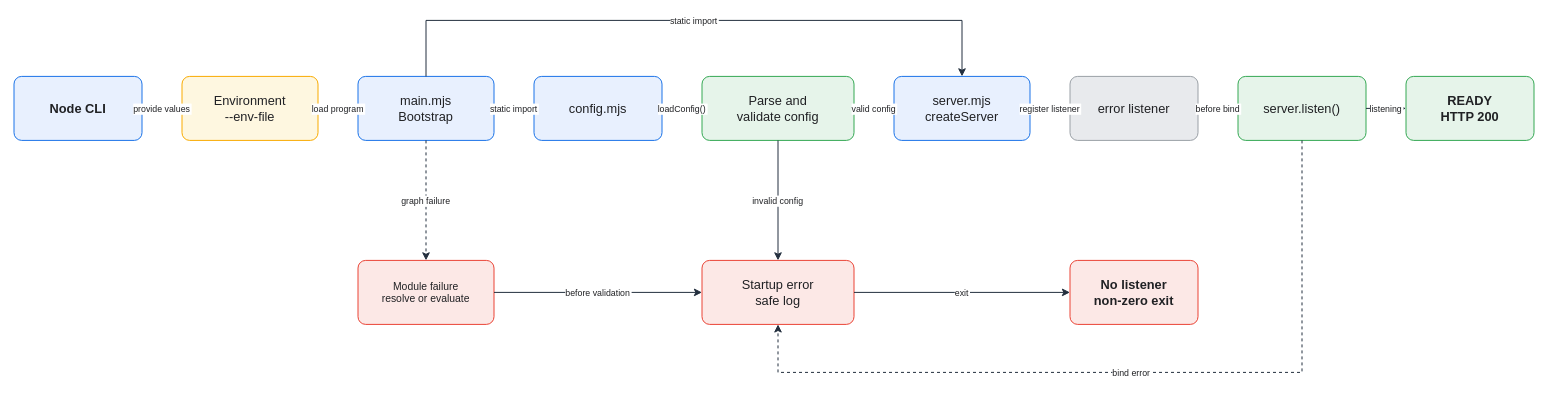
Above: assets/img/nodejs/node-esm-startup-config-flow.drawio in KKamJi98/kkamji98.github.io (draw.io), before the change. Source tidied: cells renumbered, new cells numbered last; positions are measured from the earlier drawing's top-left corner, leaving out a move shared by most shapes. Both pictures are drawn from the tidied source at 80%, with x=0, y=0 at pixel (14, 20).
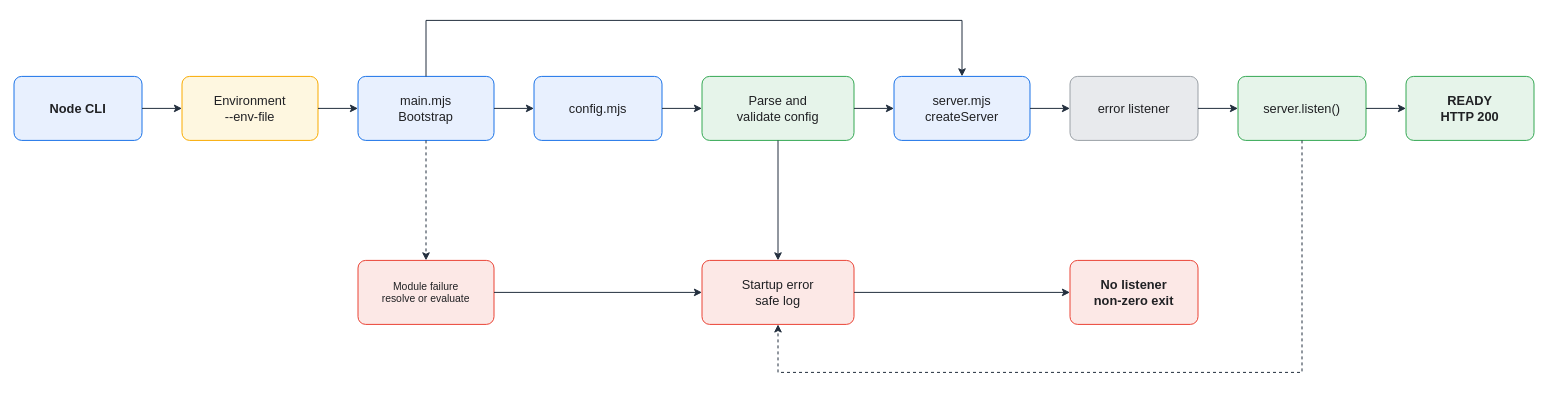
After the change.

The change refers to these unchanged cells:
```xml
<mxCell id="2" value="Node CLI" style="rounded=1;arcSize=12;whiteSpace=wrap;html=0;fillColor=#E8F0FE;strokeColor=#1A73E8;strokeWidth=1.25;fontColor=#202124;fontSize=16;fontStyle=1;align=center;verticalAlign=middle;" parent="1" vertex="1">
  <mxGeometry y="70" width="160" height="80" as="geometry" />
</mxCell>
<mxCell id="3" value="Environment&#10;--env-file" style="rounded=1;arcSize=12;whiteSpace=wrap;html=0;fillColor=#FEF7E0;strokeColor=#F9AB00;strokeWidth=1.25;fontColor=#202124;fontSize=16;align=center;verticalAlign=middle;" parent="1" vertex="1">
  <mxGeometry x="210" y="70" width="170" height="80" as="geometry" />
</mxCell>
<mxCell id="4" value="main.mjs&#10;Bootstrap" style="rounded=1;arcSize=12;whiteSpace=wrap;html=0;fillColor=#E8F0FE;strokeColor=#1A73E8;strokeWidth=1.25;fontColor=#202124;fontSize=16;align=center;verticalAlign=middle;" parent="1" vertex="1">
  <mxGeometry x="430" y="70" width="170" height="80" as="geometry" />
</mxCell>
<mxCell id="5" value="config.mjs" style="rounded=1;arcSize=12;whiteSpace=wrap;html=0;fillColor=#E8F0FE;strokeColor=#1A73E8;strokeWidth=1.25;fontColor=#202124;fontSize=16;align=center;verticalAlign=middle;" parent="1" vertex="1">
  <mxGeometry x="650" y="70" width="160" height="80" as="geometry" />
</mxCell>
<mxCell id="6" value="Parse and&#10;validate config" style="rounded=1;arcSize=12;whiteSpace=wrap;html=0;fillColor=#E6F4EA;strokeColor=#34A853;strokeWidth=1.25;fontColor=#202124;fontSize=16;align=center;verticalAlign=middle;" parent="1" vertex="1">
  <mxGeometry x="860" y="70" width="190" height="80" as="geometry" />
</mxCell>
<mxCell id="7" value="server.mjs&#10;createServer" style="rounded=1;arcSize=12;whiteSpace=wrap;html=0;fillColor=#E8F0FE;strokeColor=#1A73E8;strokeWidth=1.25;fontColor=#202124;fontSize=16;align=center;verticalAlign=middle;" parent="1" vertex="1">
  <mxGeometry x="1100" y="70" width="170" height="80" as="geometry" />
</mxCell>
<mxCell id="8" value="error listener" style="rounded=1;arcSize=12;whiteSpace=wrap;html=0;fillColor=#E8EAED;strokeColor=#9AA0A6;strokeWidth=1.25;fontColor=#202124;fontSize=16;align=center;verticalAlign=middle;" parent="1" vertex="1">
  <mxGeometry x="1320" y="70" width="160" height="80" as="geometry" />
</mxCell>
<mxCell id="9" value="server.listen()" style="rounded=1;arcSize=12;whiteSpace=wrap;html=0;fillColor=#E6F4EA;strokeColor=#34A853;strokeWidth=1.25;fontColor=#202124;fontSize=16;align=center;verticalAlign=middle;" parent="1" vertex="1">
  <mxGeometry x="1530" y="70" width="160" height="80" as="geometry" />
</mxCell>
<mxCell id="10" value="READY&#10;HTTP 200" style="rounded=1;arcSize=12;whiteSpace=wrap;html=0;fillColor=#E6F4EA;strokeColor=#34A853;strokeWidth=1.25;fontColor=#202124;fontSize=16;fontStyle=1;align=center;verticalAlign=middle;" parent="1" vertex="1">
  <mxGeometry x="1740" y="70" width="160" height="80" as="geometry" />
</mxCell>
<mxCell id="11" value="Module failure&#10;resolve or evaluate" style="rounded=1;arcSize=12;whiteSpace=wrap;html=0;fillColor=#FCE8E6;strokeColor=#EA4335;strokeWidth=1.25;fontColor=#202124;fontSize=13;align=center;verticalAlign=middle;" parent="1" vertex="1">
  <mxGeometry x="430" y="300" width="170" height="80" as="geometry" />
</mxCell>
<mxCell id="12" value="Startup error&#10;safe log" style="rounded=1;arcSize=12;whiteSpace=wrap;html=0;fillColor=#FCE8E6;strokeColor=#EA4335;strokeWidth=1.25;fontColor=#202124;fontSize=16;align=center;verticalAlign=middle;" parent="1" vertex="1">
  <mxGeometry x="860" y="300" width="190" height="80" as="geometry" />
</mxCell>
<mxCell id="13" value="No listener&#10;non-zero exit" style="rounded=1;arcSize=12;whiteSpace=wrap;html=0;fillColor=#FCE8E6;strokeColor=#EA4335;strokeWidth=1.25;fontColor=#202124;fontSize=16;fontStyle=1;align=center;verticalAlign=middle;" parent="1" vertex="1">
  <mxGeometry x="1320" y="300" width="160" height="80" as="geometry" />
</mxCell>
```

What changed in the source:
```diff
@@
-    <mxCell id="14" value="provide values" style="edgeStyle=orthogonalEdgeStyle;rounded=0;html=0;strokeColor=#232F3E;strokeWidth=1.25;fontColor=#202124;fontSize=11;labelBackgroundColor=#FFFFFF;exitX=1;exitY=0.5;entryX=0;entryY=0.5;endSize=7;" parent="1" edge="1" source="2" target="3">
+    <mxCell id="14" style="edgeStyle=orthogonalEdgeStyle;rounded=0;html=0;strokeColor=#232F3E;strokeWidth=1.25;fontColor=#202124;fontSize=11;labelBackgroundColor=none;exitX=1;exitY=0.5;entryX=0;entryY=0.5;endSize=7;" parent="1" edge="1" source="2" target="3">
       <mxGeometry relative="1" as="geometry" />
     </mxCell>
-    <mxCell id="15" value="load program" style="edgeStyle=orthogonalEdgeStyle;rounded=0;html=0;strokeColor=#232F3E;strokeWidth=1.25;fontColor=#202124;fontSize=11;labelBackgroundColor=#FFFFFF;exitX=1;exitY=0.5;entryX=0;entryY=0.5;endSize=7;" parent="1" edge="1" source="3" target="4">
+    <mxCell id="15" style="edgeStyle=orthogonalEdgeStyle;rounded=0;html=0;strokeColor=#232F3E;strokeWidth=1.25;fontColor=#202124;fontSize=11;labelBackgroundColor=none;exitX=1;exitY=0.5;entryX=0;entryY=0.5;endSize=7;" parent="1" edge="1" source="3" target="4">
       <mxGeometry relative="1" as="geometry" />
     </mxCell>
-    <mxCell id="16" value="static import" style="edgeStyle=orthogonalEdgeStyle;rounded=0;html=0;strokeColor=#232F3E;strokeWidth=1.25;fontColor=#202124;fontSize=11;labelBackgroundColor=#FFFFFF;exitX=1;exitY=0.5;entryX=0;entryY=0.5;endSize=7;" parent="1" edge="1" source="4" target="5">
+    <mxCell id="16" style="edgeStyle=orthogonalEdgeStyle;rounded=0;html=0;strokeColor=#232F3E;strokeWidth=1.25;fontColor=#202124;fontSize=11;labelBackgroundColor=none;exitX=1;exitY=0.5;entryX=0;entryY=0.5;endSize=7;" parent="1" edge="1" source="4" target="5">
       <mxGeometry relative="1" as="geometry" />
     </mxCell>
-    <mxCell id="17" value="loadConfig()" style="edgeStyle=orthogonalEdgeStyle;rounded=0;html=0;strokeColor=#232F3E;strokeWidth=1.25;fontColor=#202124;fontSize=11;labelBackgroundColor=#FFFFFF;exitX=1;exitY=0.5;entryX=0;entryY=0.5;endSize=7;" parent="1" edge="1" source="5" target="6">
+    <mxCell id="17" style="edgeStyle=orthogonalEdgeStyle;rounded=0;html=0;strokeColor=#232F3E;strokeWidth=1.25;fontColor=#202124;fontSize=11;labelBackgroundColor=none;exitX=1;exitY=0.5;entryX=0;entryY=0.5;endSize=7;" parent="1" edge="1" source="5" target="6">
       <mxGeometry relative="1" as="geometry" />
     </mxCell>
-    <mxCell id="18" value="valid config" style="edgeStyle=orthogonalEdgeStyle;rounded=0;html=0;strokeColor=#232F3E;strokeWidth=1.25;fontColor=#202124;fontSize=11;labelBackgroundColor=#FFFFFF;exitX=1;exitY=0.5;entryX=0;entryY=0.5;endSize=7;" parent="1" edge="1" source="6" target="7">
+    <mxCell id="18" style="edgeStyle=orthogonalEdgeStyle;rounded=0;html=0;strokeColor=#232F3E;strokeWidth=1.25;fontColor=#202124;fontSize=11;labelBackgroundColor=none;exitX=1;exitY=0.5;entryX=0;entryY=0.5;endSize=7;" parent="1" edge="1" source="6" target="7">
       <mxGeometry relative="1" as="geometry" />
     </mxCell>
-    <mxCell id="19" value="register listener" style="edgeStyle=orthogonalEdgeStyle;rounded=0;html=0;strokeColor=#232F3E;strokeWidth=1.25;fontColor=#202124;fontSize=11;labelBackgroundColor=#FFFFFF;exitX=1;exitY=0.5;entryX=0;entryY=0.5;endSize=7;" parent="1" edge="1" source="7" target="8">
+    <mxCell id="19" style="edgeStyle=orthogonalEdgeStyle;rounded=0;html=0;strokeColor=#232F3E;strokeWidth=1.25;fontColor=#202124;fontSize=11;labelBackgroundColor=none;exitX=1;exitY=0.5;entryX=0;entryY=0.5;endSize=7;" parent="1" edge="1" source="7" target="8">
       <mxGeometry relative="1" as="geometry" />
     </mxCell>
-    <mxCell id="20" value="before bind" style="edgeStyle=orthogonalEdgeStyle;rounded=0;html=0;strokeColor=#232F3E;strokeWidth=1.25;fontColor=#202124;fontSize=11;labelBackgroundColor=#FFFFFF;exitX=1;exitY=0.5;entryX=0;entryY=0.5;endSize=7;" parent="1" edge="1" source="8" target="9">
+    <mxCell id="20" style="edgeStyle=orthogonalEdgeStyle;rounded=0;html=0;strokeColor=#232F3E;strokeWidth=1.25;fontColor=#202124;fontSize=11;labelBackgroundColor=none;exitX=1;exitY=0.5;entryX=0;entryY=0.5;endSize=7;" parent="1" edge="1" source="8" target="9">
       <mxGeometry relative="1" as="geometry" />
     </mxCell>
-    <mxCell id="21" value="listening" style="edgeStyle=orthogonalEdgeStyle;rounded=0;html=0;strokeColor=#232F3E;strokeWidth=1.25;fontColor=#202124;fontSize=11;labelBackgroundColor=#FFFFFF;exitX=1;exitY=0.5;entryX=0;entryY=0.5;endSize=7;" parent="1" edge="1" source="9" target="10">
+    <mxCell id="21" style="edgeStyle=orthogonalEdgeStyle;rounded=0;html=0;strokeColor=#232F3E;strokeWidth=1.25;fontColor=#202124;fontSize=11;labelBackgroundColor=none;exitX=1;exitY=0.5;entryX=0;entryY=0.5;endSize=7;" parent="1" edge="1" source="9" target="10">
       <mxGeometry relative="1" as="geometry" />
     </mxCell>
-    <mxCell id="22" value="static import" style="edgeStyle=orthogonalEdgeStyle;rounded=0;html=0;strokeColor=#232F3E;strokeWidth=1.25;fontColor=#202124;fontSize=11;labelBackgroundColor=#FFFFFF;exitX=0.5;exitY=0;entryX=0.5;entryY=0;endSize=7;" parent="1" edge="1" source="4" target="7">
+    <mxCell id="22" style="edgeStyle=orthogonalEdgeStyle;rounded=0;html=0;strokeColor=#232F3E;strokeWidth=1.25;fontColor=#202124;fontSize=11;labelBackgroundColor=none;exitX=0.5;exitY=0;entryX=0.5;entryY=0;endSize=7;" parent="1" edge="1" source="4" target="7">
       <mxGeometry relative="1" as="geometry">
         <Array as="points">
           <mxPoint x="515" />
           <mxPoint x="1185" />
         </Array>
       </mxGeometry>
     </mxCell>
-    <mxCell id="23" value="graph failure" style="edgeStyle=orthogonalEdgeStyle;rounded=0;html=0;dashed=1;strokeColor=#232F3E;strokeWidth=1.25;fontColor=#202124;fontSize=11;labelBackgroundColor=#FFFFFF;exitX=0.5;exitY=1;entryX=0.5;entryY=0;endSize=7;" parent="1" edge="1" source="4" target="11">
+    <mxCell id="23" style="edgeStyle=orthogonalEdgeStyle;rounded=0;html=0;dashed=1;strokeColor=#232F3E;strokeWidth=1.25;fontColor=#202124;fontSize=11;labelBackgroundColor=none;exitX=0.5;exitY=1;entryX=0.5;entryY=0;endSize=7;" parent="1" edge="1" source="4" target="11">
       <mxGeometry relative="1" as="geometry" />
     </mxCell>
-    <mxCell id="24" value="invalid config" style="edgeStyle=orthogonalEdgeStyle;rounded=0;html=0;strokeColor=#232F3E;strokeWidth=1.25;fontColor=#202124;fontSize=11;labelBackgroundColor=#FFFFFF;exitX=0.5;exitY=1;entryX=0.5;entryY=0;endSize=7;" parent="1" edge="1" source="6" target="12">
+    <mxCell id="24" style="edgeStyle=orthogonalEdgeStyle;rounded=0;html=0;strokeColor=#232F3E;strokeWidth=1.25;fontColor=#202124;fontSize=11;labelBackgroundColor=none;exitX=0.5;exitY=1;entryX=0.5;entryY=0;endSize=7;" parent="1" edge="1" source="6" target="12">
       <mxGeometry relative="1" as="geometry" />
     </mxCell>
-    <mxCell id="25" value="before validation" style="edgeStyle=orthogonalEdgeStyle;rounded=0;html=0;strokeColor=#232F3E;strokeWidth=1.25;fontColor=#202124;fontSize=11;labelBackgroundColor=#FFFFFF;exitX=1;exitY=0.5;entryX=0;entryY=0.5;endSize=7;" parent="1" edge="1" source="11" target="12">
+    <mxCell id="25" style="edgeStyle=orthogonalEdgeStyle;rounded=0;html=0;strokeColor=#232F3E;strokeWidth=1.25;fontColor=#202124;fontSize=11;labelBackgroundColor=none;exitX=1;exitY=0.5;entryX=0;entryY=0.5;endSize=7;" parent="1" edge="1" source="11" target="12">
       <mxGeometry relative="1" as="geometry" />
     </mxCell>
-    <mxCell id="26" value="exit" style="edgeStyle=orthogonalEdgeStyle;rounded=0;html=0;strokeColor=#232F3E;strokeWidth=1.25;fontColor=#202124;fontSize=11;labelBackgroundColor=#FFFFFF;exitX=1;exitY=0.5;entryX=0;entryY=0.5;endSize=7;" parent="1" edge="1" source="12" target="13">
+    <mxCell id="26" style="edgeStyle=orthogonalEdgeStyle;rounded=0;html=0;strokeColor=#232F3E;strokeWidth=1.25;fontColor=#202124;fontSize=11;labelBackgroundColor=none;exitX=1;exitY=0.5;entryX=0;entryY=0.5;endSize=7;" parent="1" edge="1" source="12" target="13">
       <mxGeometry relative="1" as="geometry" />
     </mxCell>
-    <mxCell id="27" value="bind error" style="edgeStyle=orthogonalEdgeStyle;rounded=0;html=0;dashed=1;strokeColor=#232F3E;strokeWidth=1.25;fontColor=#202124;fontSize=11;labelBackgroundColor=#FFFFFF;exitX=0.5;exitY=1;entryX=0.5;entryY=1;endSize=7;" parent="1" edge="1" source="9" target="12">
+    <mxCell id="27" style="edgeStyle=orthogonalEdgeStyle;rounded=0;html=0;dashed=1;strokeColor=#232F3E;strokeWidth=1.25;fontColor=#202124;fontSize=11;labelBackgroundColor=none;exitX=0.5;exitY=1;entryX=0.5;entryY=1;endSize=7;" parent="1" edge="1" source="9" target="12">
       <mxGeometry relative="1" as="geometry">
         <Array as="points">
           <mxPoint x="1610" y="440" />
           <mxPoint x="955" y="440" />
         </Array>
       </mxGeometry>
     </mxCell>
```
